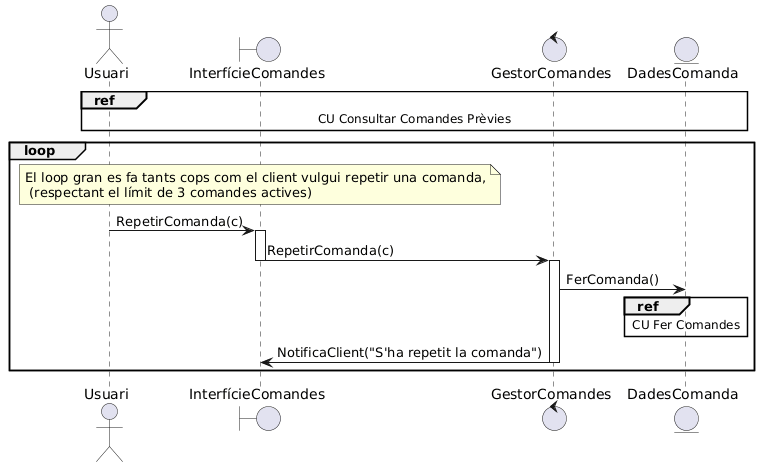
martipages/ES23UAB431-02 keeps this PlantUML diagram as documents/Diagrames i Especificacions/Seqüencia/seta/4 - Repetir Comandes Prèvies.png. Above is the earlier version.
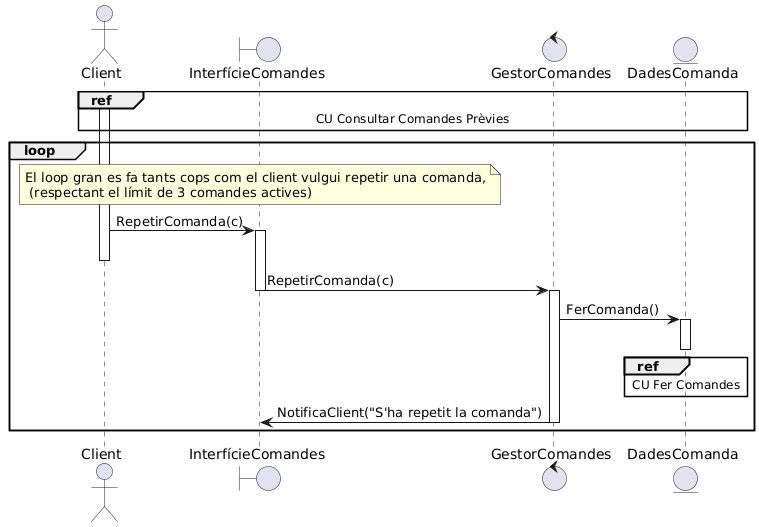
The same file after the commit.

What changed in the source:
```diff
@@ -1,16 +1,20 @@
 @startuml
-actor Usuari
+actor Client
 boundary InterfícieComandes
 control GestorComandes
 entity DadesComanda
 
-ref over Usuari,InterfícieComandes,GestorComandes,DadesComanda: CU Consultar Comandes Prèvies
+ref over Client,InterfícieComandes,GestorComandes,DadesComanda: CU Consultar Comandes Prèvies
 loop
 note over InterfícieComandes: El loop gran es fa tants cops com el client vulgui repetir una comanda,\n (respectant el límit de 3 comandes actives)
 
-Usuari -> InterfícieComandes++: RepetirComanda(c)
+Client++
+Client -> InterfícieComandes++: RepetirComanda(c)
+Client--
 InterfícieComandes -> GestorComandes--++: RepetirComanda(c)
-GestorComandes -> DadesComanda : FerComanda()
+GestorComandes -> DadesComanda++: FerComanda()
+DadesComanda--
+
 ref over DadesComanda : CU Fer Comandes
 
 GestorComandes -> InterfícieComandes--: NotificaClient("S'ha repetit la comanda")
```
